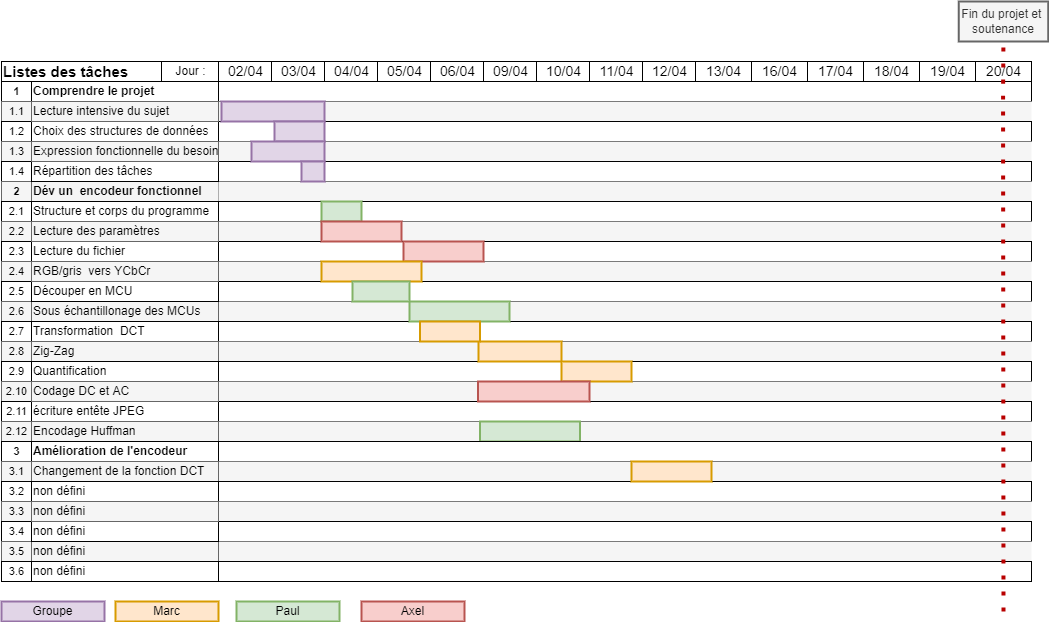
The draw.io diagram docs/Gantt.drawio.png in Paul-vrn/jpeg-encoder, before a commit. Source tidied: cells renumbered, new cells last; positions are measured from the earlier drawing's top-left corner, leaving out a move shared by most shapes.
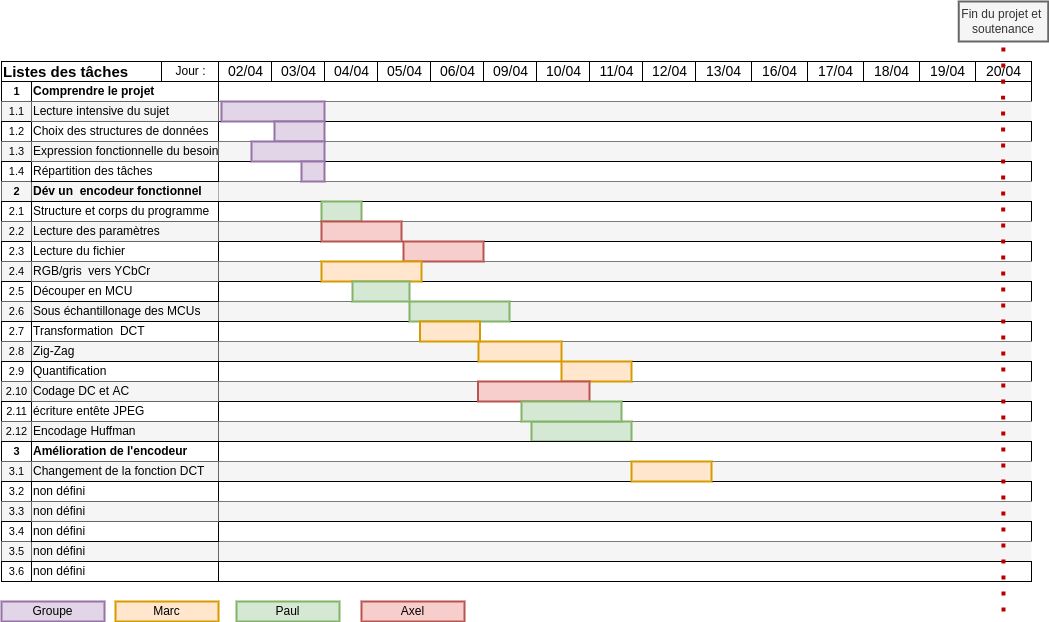
Later version of the same file.

Diff of the diagram source:
```diff
@@ -252,7 +252,7 @@
       <mxGeometry x="476.5" y="380" width="111.5" height="20" as="geometry" />
     </mxCell>
     <mxCell id="85" style="rounded=0;whiteSpace=wrap;html=1;fillColor=#d5e8d4;strokeColor=#82b366;strokeWidth=2;" parent="1" vertex="1">
-      <mxGeometry x="478.5" y="420" width="100" height="20" as="geometry" />
+      <mxGeometry x="530" y="420" width="100" height="20" as="geometry" />
     </mxCell>
     <mxCell id="86" value="2.12" style="strokeWidth=1;fontStyle=0;html=1;verticalAlign=middle;align=center;strokeColor=#666666;fontColor=#000000;fillColor=#f5f5f5;fontSize=11;fontFamily=Helvetica;" parent="1" vertex="1">
       <mxGeometry y="420" width="30" height="20" as="geometry" />
@@ -354,5 +354,8 @@
     <mxCell id="116" style="rounded=0;whiteSpace=wrap;html=1;fillColor=#ffe6cc;strokeColor=#d79b00;strokeWidth=2;" parent="1" vertex="1">
       <mxGeometry x="418.5" y="320" width="60" height="20" as="geometry" />
     </mxCell>
+    <mxCell id="117" style="rounded=0;whiteSpace=wrap;html=1;fillColor=#d5e8d4;strokeColor=#82b366;strokeWidth=2;" parent="1" vertex="1">
+      <mxGeometry x="520" y="400" width="100" height="20" as="geometry" />
+    </mxCell>
   </root>
 </mxGraphModel>
```
